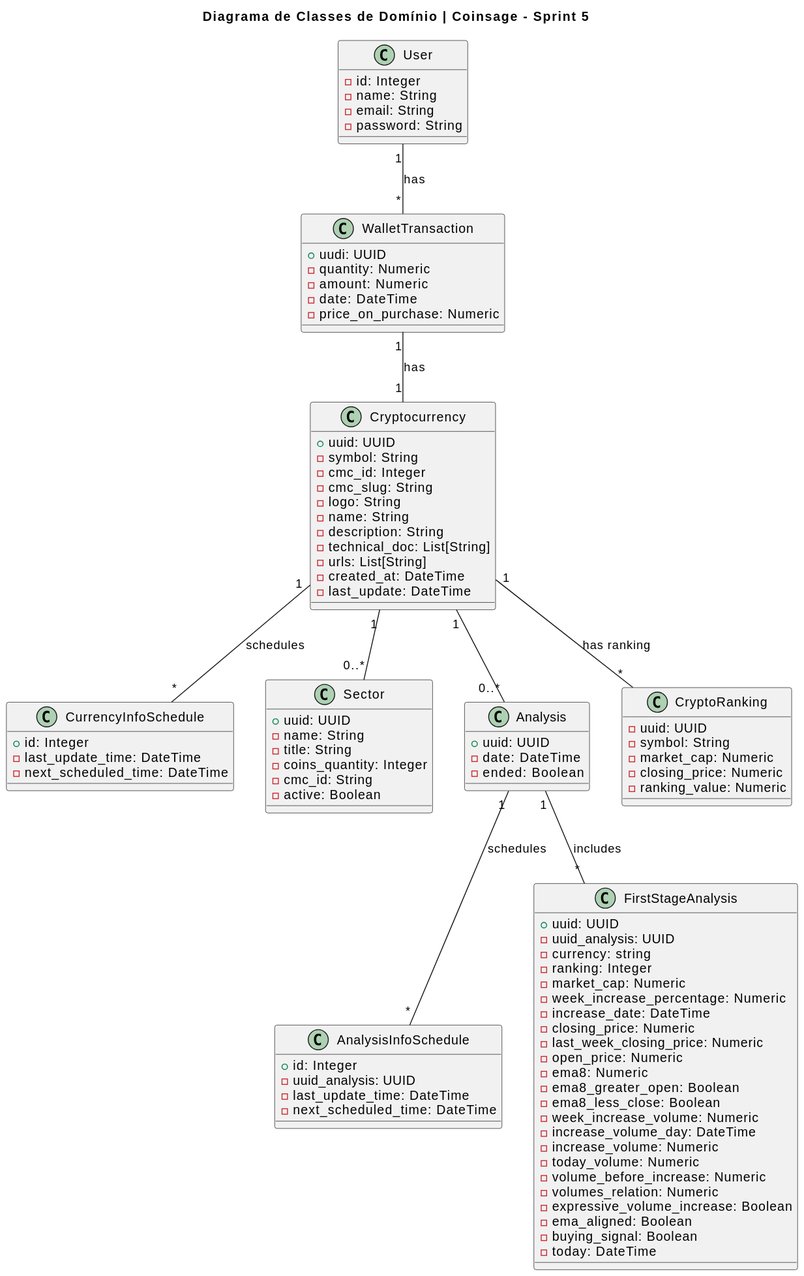
This is Artefatos/diagramas/diagrama_de_classes/versions/svgs/current.svg from ICEI-PUC-Minas-PPLES-TI/plf-es-2024-1-ti3-8981100-coinsage, a PlantUML export, as it was before one commit. Source of this version:
```plantuml
@startuml
title Diagrama de Classes de Domínio | Coinsage - Sprint 5

class Cryptocurrency {
    + uuid: UUID
    - symbol: String
    - cmc_id: Integer
    - cmc_slug: String
    - logo: String
    - name: String
    - description: String
    - technical_doc: List[String]
    - urls: List[String]
    - created_at: DateTime
    - last_update: DateTime
}

class CurrencyInfoSchedule {
    + id: Integer
    - last_update_time: DateTime
    - next_scheduled_time: DateTime

}

class Sector {
    + uuid: UUID
    - name: String
    - title: String
    - coins_quantity: Integer
    - cmc_id: String
    - active: Boolean
}

class Analysis {
    + uuid: UUID
    - date: DateTime
    - ended: Boolean
}

class AnalysisInfoSchedule {
    + id: Integer
    - uuid_analysis: UUID
    - last_update_time: DateTime
    - next_scheduled_time: DateTime
}

class FirstStageAnalysis {
    + uuid: UUID
    - uuid_analysis: UUID
    - currency: string
    - ranking: Integer
    - market_cap: Numeric
    - week_increase_percentage: Numeric
    - increase_date: DateTime
    - closing_price: Numeric
    - last_week_closing_price: Numeric
    - open_price: Numeric
    - ema8: Numeric
    - ema8_greater_open: Boolean
    - ema8_less_close: Boolean
    - week_increase_volume: Numeric
    - increase_volume_day: DateTime
    - increase_volume: Numeric
    - today_volume: Numeric
    - volume_before_increase: Numeric
    - volumes_relation: Numeric
    - expressive_volume_increase: Boolean
    - ema_aligned: Boolean
    - buying_signal: Boolean
    - today: DateTime
}

class WalletTransaction {
    + uudi: UUID
    - quantity: Numeric
    - amount: Numeric
    - date: DateTime
    - price_on_purchase: Numeric
}

class CryptoRanking {
    - uuid: UUID
    - symbol: String
    - market_cap: Numeric
    - closing_price: Numeric
    - ranking_value: Numeric
}

class User{
    - id: Integer
    - name: String
    - email: String
    - password: String
}

Cryptocurrency "1" -- "*" CurrencyInfoSchedule: schedules
Cryptocurrency "1" -- "0..*" Sector
Cryptocurrency "1" -- "0..*" Analysis
Analysis "1" -- "*" AnalysisInfoSchedule : schedules
Analysis "1" -- "*" FirstStageAnalysis : includes
Cryptocurrency "1" -- "*" CryptoRanking : "has ranking"
WalletTransaction "1" -- "1" Cryptocurrency : "has"
User "1" -- "*" WalletTransaction : "has"
@enduml
```
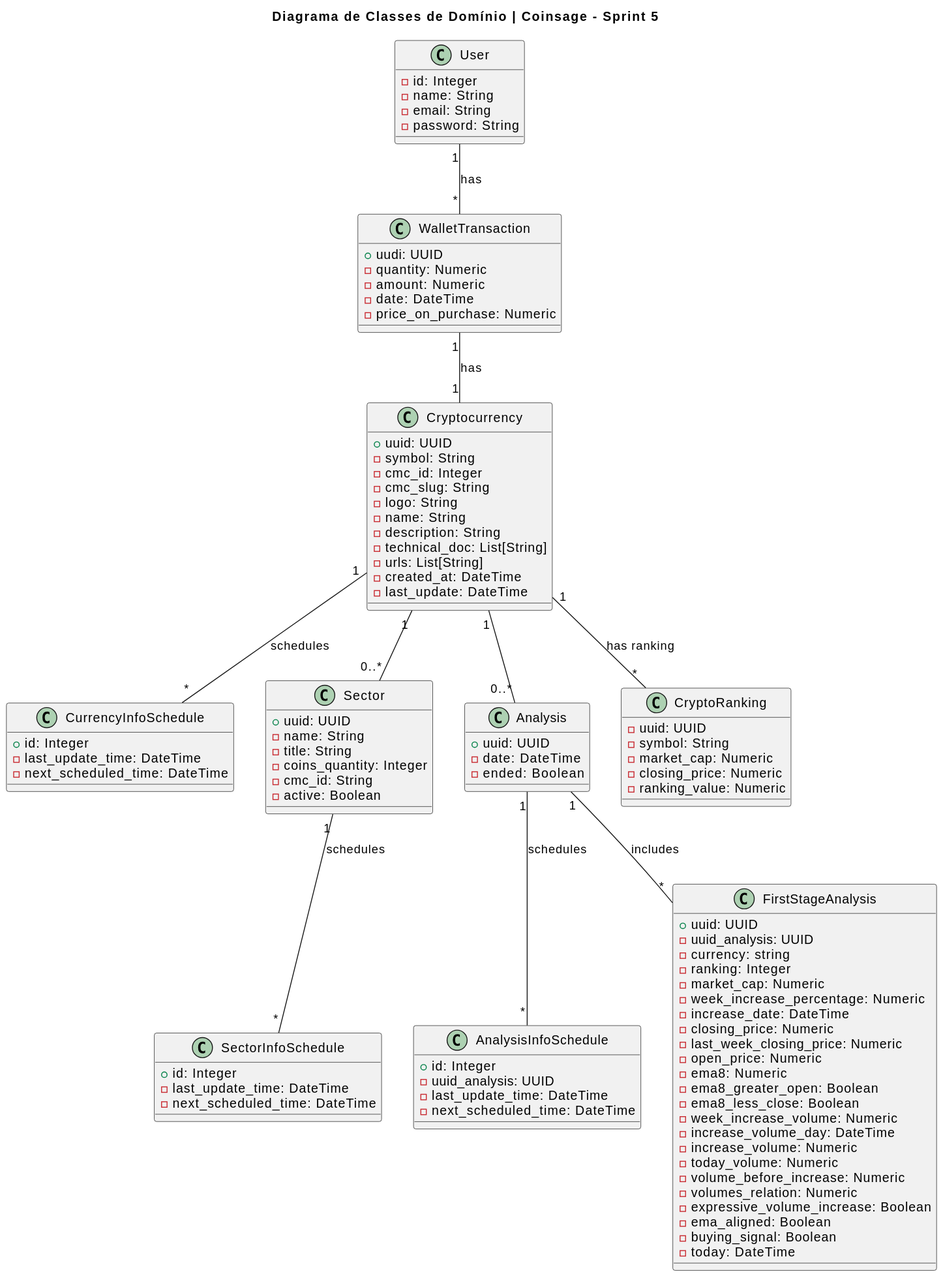
Later version of the same file.

Change to the diagram source:
```diff
@@ -1,5 +1,20 @@
 @startuml
 title Diagrama de Classes de Domínio | Coinsage - Sprint 5
+
+class User{
+    - id: Integer
+    - name: String
+    - email: String
+    - password: String
+}
+
+class WalletTransaction {
+    + uudi: UUID
+    - quantity: Numeric
+    - amount: Numeric
+    - date: DateTime
+    - price_on_purchase: Numeric
+}
 
 class Cryptocurrency {
     + uuid: UUID
@@ -19,7 +34,6 @@
     + id: Integer
     - last_update_time: DateTime
     - next_scheduled_time: DateTime
-
 }
 
 class Sector {
@@ -29,6 +43,12 @@
     - coins_quantity: Integer
     - cmc_id: String
     - active: Boolean
+}
+
+class SectorInfoSchedule {
+    + id: Integer
+    - last_update_time: DateTime
+    - next_scheduled_time: DateTime
 }
 
 class Analysis {
@@ -70,14 +90,6 @@
     - today: DateTime
 }
 
-class WalletTransaction {
-    + uudi: UUID
-    - quantity: Numeric
-    - amount: Numeric
-    - date: DateTime
-    - price_on_purchase: Numeric
-}
-
 class CryptoRanking {
     - uuid: UUID
     - symbol: String
@@ -86,19 +98,13 @@
     - ranking_value: Numeric
 }
 
-class User{
-    - id: Integer
-    - name: String
-    - email: String
-    - password: String
-}
-
+User "1" -- "*" WalletTransaction : "has"
+WalletTransaction "1" -- "1" Cryptocurrency : "has"
 Cryptocurrency "1" -- "*" CurrencyInfoSchedule: schedules
 Cryptocurrency "1" -- "0..*" Sector
+Sector "1" -- "*" SectorInfoSchedule : schedules
 Cryptocurrency "1" -- "0..*" Analysis
 Analysis "1" -- "*" AnalysisInfoSchedule : schedules
 Analysis "1" -- "*" FirstStageAnalysis : includes
 Cryptocurrency "1" -- "*" CryptoRanking : "has ranking"
-WalletTransaction "1" -- "1" Cryptocurrency : "has"
-User "1" -- "*" WalletTransaction : "has"
 @enduml
```
